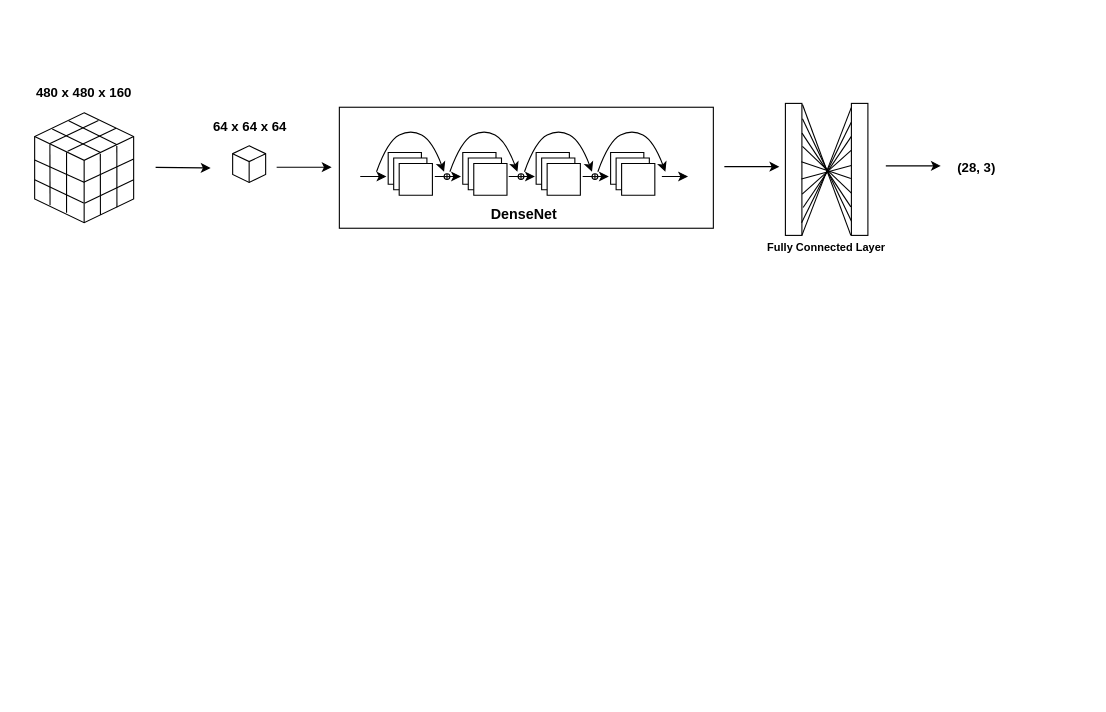
This is DenseNet_Patched.drawio from haughty-yeon/draw.io, a draw.io file, before an edit. Source tidied: cells renumbered, new cells numbered last; positions are measured from the earlier drawing's top-left corner, leaving out a move shared by most shapes. Both pictures are drawn from the tidied source at 110%, with x=0, y=0 at pixel (18, 81).
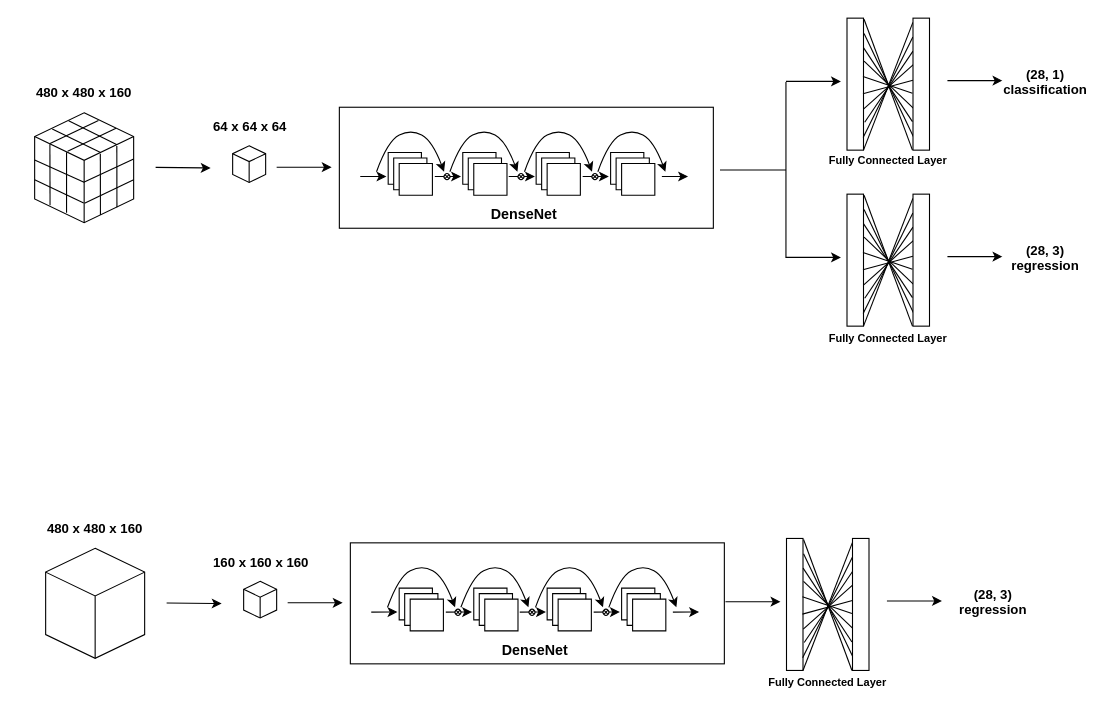
The same diagram, later.

Unchanged cells that the change refers to:
```xml
<mxCell id="4" style="group;rounded=0;" parent="1" vertex="1">
  <mxGeometry x="311" y="43" width="330" height="90" as="geometry" />
</mxCell>
```

What changed in the source:
```diff
@@
-    <mxCell id="10" style="shape=orEllipse;perimeter=ellipsePerimeter;whiteSpace=wrap;html=1;backgroundOutline=1;rounded=0;" parent="4" vertex="1">
+    <mxCell id="10" style="shape=orEllipse;perimeter=ellipsePerimeter;whiteSpace=wrap;html=1;backgroundOutline=1;rounded=0;rotation=45;" parent="4" vertex="1">
       <mxGeometry x="76.2" y="40.4" width="5.3" height="5.3" as="geometry" />
     </mxCell>
@@
-    <mxCell id="16" style="shape=orEllipse;perimeter=ellipsePerimeter;whiteSpace=wrap;html=1;backgroundOutline=1;rounded=0;" parent="4" vertex="1">
+    <mxCell id="16" style="shape=orEllipse;perimeter=ellipsePerimeter;whiteSpace=wrap;html=1;backgroundOutline=1;rounded=0;rotation=45;" parent="4" vertex="1">
       <mxGeometry x="210.7" y="40.4" width="5.3" height="5.3" as="geometry" />
     </mxCell>
@@
-    <mxCell id="19" style="shape=orEllipse;perimeter=ellipsePerimeter;whiteSpace=wrap;html=1;backgroundOutline=1;rounded=0;" parent="4" vertex="1">
+    <mxCell id="19" style="shape=orEllipse;perimeter=ellipsePerimeter;whiteSpace=wrap;html=1;backgroundOutline=1;rounded=0;rotation=45;" parent="4" vertex="1">
       <mxGeometry x="143.5" y="40.4" width="5.3" height="5.3" as="geometry" />
     </mxCell>
@@
     <mxCell id="22" style="endArrow=classic;html=1;rounded=0;" parent="1" edge="1">
       <mxGeometry relative="1" as="geometry">
-        <mxPoint x="642" y="77" as="sourcePoint" />
-        <mxPoint x="692" y="77" as="targetPoint" />
+        <mxPoint x="698" y="159.5" as="sourcePoint" />
+        <mxPoint x="748" y="159.5" as="targetPoint" />
       </mxGeometry>
     </mxCell>
@@
-    <mxCell id="25" value="(28, 3)" style="swimlane;fontStyle=1;horizontal=1;startSize=26;strokeColor=none;opacity=0;" parent="1" vertex="1">
-      <mxGeometry x="844" y="67" width="55" height="20" as="geometry" />
+    <mxCell id="25" value="(28, 3)&#10;regression" style="swimlane;fontStyle=1;horizontal=1;startSize=26;strokeColor=none;opacity=0;" parent="1" vertex="1">
+      <mxGeometry x="900" y="149.5" width="68" height="20" as="geometry" />
     </mxCell>
     <mxCell id="26" style="endArrow=classic;html=1;rounded=0;" parent="1" edge="1">
       <mxGeometry relative="1" as="geometry">
-        <mxPoint x="788.8" y="76.3" as="sourcePoint" />
-        <mxPoint x="838.8" y="76.3" as="targetPoint" />
+        <mxPoint x="844.8" y="158.8" as="sourcePoint" />
+        <mxPoint x="894.8" y="158.8" as="targetPoint" />
       </mxGeometry>
     </mxCell>
@@
     <mxCell id="43" style="group;" parent="1" vertex="1">
-      <mxGeometry x="697.5" y="19.5" width="75" height="120" as="geometry" />
+      <mxGeometry x="753.5" y="102" width="75" height="120" as="geometry" />
     </mxCell>
@@
     <mxCell id="56" value="Fully Connected Layer" style="swimlane;fontStyle=1;horizontal=1;startSize=26;strokeColor=none;opacity=0;fontSize=10;" parent="1" vertex="1">
-      <mxGeometry x="653.1" y="140.5" width="163.8" height="20" as="geometry" />
+      <mxGeometry x="709.1" y="223" width="163.8" height="20" as="geometry" />
     </mxCell>
+    <mxCell id="57" style="endArrow=none;html=1;rounded=0;" parent="1" edge="1">
+      <mxGeometry relative="1" as="geometry">
+        <mxPoint x="638" y="80" as="sourcePoint" />
+        <mxPoint x="698" y="80" as="targetPoint" />
+      </mxGeometry>
+    </mxCell>
+    <mxCell id="58" style="endArrow=none;html=1;rounded=0;" parent="1" edge="1">
+      <mxGeometry relative="1" as="geometry">
+        <mxPoint x="698" y="160" as="sourcePoint" />
+        <mxPoint x="698" y="80" as="targetPoint" />
+      </mxGeometry>
+    </mxCell>
+    <mxCell id="59" style="endArrow=classic;html=1;rounded=0;" parent="1" edge="1">
+      <mxGeometry relative="1" as="geometry">
+        <mxPoint x="698" y="-0.5" as="sourcePoint" />
+        <mxPoint x="748" y="-0.5" as="targetPoint" />
+      </mxGeometry>
+    </mxCell>
+    <mxCell id="60" value="(28, 1)&#10;classification" style="swimlane;fontStyle=1;horizontal=1;startSize=26;strokeColor=none;opacity=0;" parent="1" vertex="1">
+      <mxGeometry x="900" y="-10.5" width="68" height="20" as="geometry" />
+    </mxCell>
+    <mxCell id="61" style="endArrow=classic;html=1;rounded=0;" parent="1" edge="1">
+      <mxGeometry relative="1" as="geometry">
+        <mxPoint x="844.8" y="-1.2" as="sourcePoint" />
+        <mxPoint x="894.8" y="-1.2" as="targetPoint" />
+      </mxGeometry>
+    </mxCell>
+    <mxCell id="62" style="group;" parent="1" vertex="1">
+      <mxGeometry x="753.5" y="-58" width="75" height="120" as="geometry" />
+    </mxCell>
+    <mxCell id="63" style="rounded=0;whiteSpace=wrap;html=1;rotation=90;" parent="62" vertex="1">
+      <mxGeometry x="-52.5" y="52.5" width="120" height="15" as="geometry" />
+    </mxCell>
+    <mxCell id="64" style="endArrow=none;html=1;entryX=0.032;entryY=1.007;entryDx=0;entryDy=0;entryPerimeter=0;exitX=1;exitY=0;exitDx=0;exitDy=0;" parent="62" edge="1" source="63" target="74">
+      <mxGeometry relative="1" as="geometry" />
+    </mxCell>
+    <mxCell id="65" style="endArrow=none;html=1;entryX=0.142;entryY=1.007;entryDx=0;entryDy=0;entryPerimeter=0;exitX=0.904;exitY=0.02;exitDx=0;exitDy=0;exitPerimeter=0;" parent="62" edge="1" source="63" target="74">
+      <mxGeometry relative="1" as="geometry" />
+    </mxCell>
+    <mxCell id="66" style="endArrow=none;html=1;entryX=0.25;entryY=1;entryDx=0;entryDy=0;exitX=0.788;exitY=-0.14;exitDx=0;exitDy=0;exitPerimeter=0;" parent="62" edge="1" target="74">
+      <mxGeometry relative="1" as="geometry">
+        <mxPoint x="16.1" y="94.6" as="sourcePoint" />
+      </mxGeometry>
+    </mxCell>
+    <mxCell id="67" style="endArrow=none;html=1;entryX=0.352;entryY=0.98;entryDx=0;entryDy=0;entryPerimeter=0;exitX=0.687;exitY=-0.015;exitDx=0;exitDy=0;exitPerimeter=0;" parent="62" edge="1" source="63" target="74">
+      <mxGeometry relative="1" as="geometry" />
+    </mxCell>
+    <mxCell id="68" style="endArrow=none;html=1;exitX=0.568;exitY=-0.078;exitDx=0;exitDy=0;exitPerimeter=0;entryX=0.47;entryY=1.005;entryDx=0;entryDy=0;entryPerimeter=0;" parent="62" edge="1" target="74">
+      <mxGeometry relative="1" as="geometry">
+        <mxPoint x="14.5" y="68.8" as="sourcePoint" />
+      </mxGeometry>
+    </mxCell>
+    <mxCell id="69" style="endArrow=none;html=1;entryX=0.032;entryY=1.007;entryDx=0;entryDy=0;entryPerimeter=0;exitX=1;exitY=0;exitDx=0;exitDy=0;" parent="62" edge="1">
+      <mxGeometry relative="1" as="geometry">
+        <mxPoint x="15.5" y="1" as="sourcePoint" />
+        <mxPoint x="59.5" y="120" as="targetPoint" />
+      </mxGeometry>
+    </mxCell>
+    <mxCell id="70" style="endArrow=none;html=1;entryX=0.142;entryY=1.007;entryDx=0;entryDy=0;entryPerimeter=0;exitX=0.904;exitY=0.02;exitDx=0;exitDy=0;exitPerimeter=0;" parent="62" edge="1">
+      <mxGeometry relative="1" as="geometry">
+        <mxPoint x="15.5" y="14" as="sourcePoint" />
+        <mxPoint x="60.5" y="108" as="targetPoint" />
+      </mxGeometry>
+    </mxCell>
+    <mxCell id="71" style="endArrow=none;html=1;entryX=0.25;entryY=1;entryDx=0;entryDy=0;exitX=0.788;exitY=-0.14;exitDx=0;exitDy=0;exitPerimeter=0;" parent="62" edge="1">
+      <mxGeometry relative="1" as="geometry">
+        <mxPoint x="15.1" y="27" as="sourcePoint" />
+        <mxPoint x="59.5" y="94.1" as="targetPoint" />
+      </mxGeometry>
+    </mxCell>
+    <mxCell id="72" style="endArrow=none;html=1;entryX=0.352;entryY=0.98;entryDx=0;entryDy=0;entryPerimeter=0;exitX=0.687;exitY=-0.015;exitDx=0;exitDy=0;exitPerimeter=0;" parent="62" edge="1">
+      <mxGeometry relative="1" as="geometry">
+        <mxPoint x="15.5" y="39" as="sourcePoint" />
+        <mxPoint x="60.5" y="82" as="targetPoint" />
+      </mxGeometry>
+    </mxCell>
+    <mxCell id="73" style="endArrow=none;html=1;exitX=0.568;exitY=-0.078;exitDx=0;exitDy=0;exitPerimeter=0;entryX=0.47;entryY=1.005;entryDx=0;entryDy=0;entryPerimeter=0;" parent="62" edge="1">
+      <mxGeometry relative="1" as="geometry">
+        <mxPoint x="14.5" y="53" as="sourcePoint" />
+        <mxPoint x="59.5" y="68.3" as="targetPoint" />
+      </mxGeometry>
+    </mxCell>
+    <mxCell id="74" style="rounded=0;whiteSpace=wrap;html=1;rotation=90;" parent="62" vertex="1">
+      <mxGeometry x="7.5" y="52.5" width="120" height="15" as="geometry" />
+    </mxCell>
+    <mxCell id="75" value="Fully Connected Layer" style="swimlane;fontStyle=1;horizontal=1;startSize=26;strokeColor=none;opacity=0;fontSize=10;" parent="1" vertex="1">
+      <mxGeometry x="709.1" y="61" width="163.8" height="20" as="geometry" />
+    </mxCell>
+    <mxCell id="76" style="endArrow=none;html=1;rounded=0;" parent="1" edge="1">
+      <mxGeometry relative="1" as="geometry">
+        <mxPoint x="698" y="80" as="sourcePoint" />
+        <mxPoint x="698" as="targetPoint" />
+      </mxGeometry>
+    </mxCell>
+    <mxCell id="77" style="html=1;whiteSpace=wrap;shape=isoCube2;backgroundOutline=1;isoAngle=15;rounded=0;" parent="1" vertex="1">
+      <mxGeometry x="205" y="454" width="30" height="33.3" as="geometry" />
+    </mxCell>
+    <mxCell id="78" style="endArrow=classic;html=1;rounded=0;" parent="1" edge="1">
+      <mxGeometry relative="1" as="geometry">
+        <mxPoint x="245" y="473.5" as="sourcePoint" />
+        <mxPoint x="295" y="473.5" as="targetPoint" />
+      </mxGeometry>
+    </mxCell>
+    <mxCell id="79" style="group;rounded=0;" parent="1" vertex="1">
+      <mxGeometry x="321" y="439" width="330" height="90" as="geometry" />
+    </mxCell>
+    <mxCell id="80" style="rounded=0;whiteSpace=wrap;html=1;" parent="79" vertex="1">
+      <mxGeometry x="-19" y="-20" width="340" height="110" as="geometry" />
+    </mxCell>
+    <mxCell id="81" style="verticalLabelPosition=bottom;verticalAlign=top;html=1;shape=mxgraph.basic.layered_rect;dx=10;whiteSpace=wrap;flipV=1;flipH=1;rounded=0;" parent="79" vertex="1">
+      <mxGeometry x="25.4" y="21.2" width="40.2" height="38.8" as="geometry" />
+    </mxCell>
+    <mxCell id="82" style="verticalLabelPosition=bottom;verticalAlign=top;html=1;shape=mxgraph.basic.layered_rect;dx=10;whiteSpace=wrap;flipV=1;flipH=1;rounded=0;" parent="79" vertex="1">
+      <mxGeometry x="93.2" y="21.2" width="40.2" height="38.8" as="geometry" />
+    </mxCell>
+    <mxCell id="83" style="endArrow=classic;html=1;rounded=0;" parent="79" edge="1">
+      <mxGeometry relative="1" as="geometry">
+        <mxPoint x="67.8" y="43" as="sourcePoint" />
+        <mxPoint x="91.6" y="42.9" as="targetPoint" />
+      </mxGeometry>
+    </mxCell>
+    <mxCell id="84" style="curved=1;endArrow=classic;html=1;rounded=0;" parent="79" edge="1">
+      <mxGeometry relative="1" as="geometry">
+        <mxPoint x="81.5" y="38.6" as="sourcePoint" />
+        <mxPoint x="142.9" y="38.6" as="targetPoint" />
+        <Array as="points">
+          <mxPoint x="91.6" y="10.6" />
+          <mxPoint x="112.8" />
+          <mxPoint x="132.3" y="10.6" />
+        </Array>
+      </mxGeometry>
+    </mxCell>
+    <mxCell id="85" style="shape=orEllipse;perimeter=ellipsePerimeter;whiteSpace=wrap;html=1;backgroundOutline=1;rounded=0;rotation=45;" parent="79" vertex="1">
+      <mxGeometry x="76.2" y="40.4" width="5.3" height="5.3" as="geometry" />
+    </mxCell>
+    <mxCell id="86" style="curved=1;endArrow=classic;html=1;rounded=0;" parent="79" edge="1">
+      <mxGeometry relative="1" as="geometry">
+        <mxPoint x="14.8" y="38.6" as="sourcePoint" />
+        <mxPoint x="76.2" y="38.6" as="targetPoint" />
+        <Array as="points">
+          <mxPoint x="24.9" y="10.6" />
+          <mxPoint x="46.1" />
+          <mxPoint x="65.6" y="10.6" />
+        </Array>
+      </mxGeometry>
+    </mxCell>
+    <mxCell id="87" style="verticalLabelPosition=bottom;verticalAlign=top;html=1;shape=mxgraph.basic.layered_rect;dx=10;whiteSpace=wrap;flipV=1;flipH=1;rounded=0;" parent="79" vertex="1">
+      <mxGeometry x="159.9" y="21.2" width="40.2" height="38.8" as="geometry" />
+    </mxCell>
+    <mxCell id="88" style="verticalLabelPosition=bottom;verticalAlign=top;html=1;shape=mxgraph.basic.layered_rect;dx=10;whiteSpace=wrap;flipV=1;flipH=1;rounded=0;" parent="79" vertex="1">
+      <mxGeometry x="227.6" y="21.2" width="40.2" height="38.8" as="geometry" />
+    </mxCell>
+    <mxCell id="89" style="endArrow=classic;html=1;rounded=0;" parent="79" edge="1">
+      <mxGeometry relative="1" as="geometry">
+        <mxPoint x="202.2" y="43" as="sourcePoint" />
+        <mxPoint x="226" y="42.9" as="targetPoint" />
+      </mxGeometry>
+    </mxCell>
+    <mxCell id="90" style="curved=1;endArrow=classic;html=1;rounded=0;" parent="79" edge="1">
+      <mxGeometry relative="1" as="geometry">
+        <mxPoint x="216" y="38.6" as="sourcePoint" />
+        <mxPoint x="277.4" y="38.6" as="targetPoint" />
+        <Array as="points">
+          <mxPoint x="226" y="10.6" />
+          <mxPoint x="247.2" />
+          <mxPoint x="266.8" y="10.6" />
+        </Array>
+      </mxGeometry>
+    </mxCell>
+    <mxCell id="91" style="shape=orEllipse;perimeter=ellipsePerimeter;whiteSpace=wrap;html=1;backgroundOutline=1;rounded=0;rotation=45;" parent="79" vertex="1">
+      <mxGeometry x="210.7" y="40.4" width="5.3" height="5.3" as="geometry" />
+    </mxCell>
+    <mxCell id="92" style="curved=1;endArrow=classic;html=1;rounded=0;" parent="79" edge="1">
+      <mxGeometry relative="1" as="geometry">
+        <mxPoint x="149.3" y="38.6" as="sourcePoint" />
+        <mxPoint x="210.7" y="38.6" as="targetPoint" />
+        <Array as="points">
+          <mxPoint x="159.3" y="10.6" />
+          <mxPoint x="180.5" />
+          <mxPoint x="200.1" y="10.6" />
+        </Array>
+      </mxGeometry>
+    </mxCell>
+    <mxCell id="93" style="endArrow=classic;html=1;rounded=0;" parent="79" edge="1">
+      <mxGeometry relative="1" as="geometry">
+        <mxPoint x="135" y="43" as="sourcePoint" />
+        <mxPoint x="158.8" y="42.9" as="targetPoint" />
+      </mxGeometry>
+    </mxCell>
+    <mxCell id="94" style="shape=orEllipse;perimeter=ellipsePerimeter;whiteSpace=wrap;html=1;backgroundOutline=1;rounded=0;rotation=45;" parent="79" vertex="1">
+      <mxGeometry x="143.5" y="40.4" width="5.3" height="5.3" as="geometry" />
+    </mxCell>
+    <mxCell id="95" style="endArrow=classic;html=1;rounded=0;" parent="79" edge="1">
+      <mxGeometry relative="1" as="geometry">
+        <mxPoint y="43" as="sourcePoint" />
+        <mxPoint x="23.8" y="42.9" as="targetPoint" />
+      </mxGeometry>
+    </mxCell>
+    <mxCell id="96" style="endArrow=classic;html=1;rounded=0;" parent="79" edge="1">
+      <mxGeometry relative="1" as="geometry">
+        <mxPoint x="274.2" y="43" as="sourcePoint" />
+        <mxPoint x="298" y="42.9" as="targetPoint" />
+      </mxGeometry>
+    </mxCell>
+    <mxCell id="97" style="endArrow=classic;html=1;rounded=0;" parent="1" edge="1">
+      <mxGeometry relative="1" as="geometry">
+        <mxPoint x="643" y="472.5" as="sourcePoint" />
+        <mxPoint x="693" y="472.5" as="targetPoint" />
+      </mxGeometry>
+    </mxCell>
+    <mxCell id="98" value="160 x 160 x 160" style="swimlane;fontStyle=1;horizontal=1;startSize=26;strokeColor=none;opacity=0;" parent="1" vertex="1">
+      <mxGeometry x="173.5" y="426" width="95" height="20" as="geometry" />
+    </mxCell>
+    <mxCell id="99" value="480 x 480 x 160" style="swimlane;fontStyle=1;horizontal=1;startSize=26;strokeColor=none;opacity=0;" parent="1" vertex="1">
+      <mxGeometry x="10" y="395.5" width="120" height="20" as="geometry" />
+    </mxCell>
+    <mxCell id="100" value="(28, 3)&#10;regression" style="swimlane;fontStyle=1;horizontal=1;startSize=26;strokeColor=none;opacity=0;" parent="1" vertex="1">
+      <mxGeometry x="845" y="462.5" width="83" height="20" as="geometry" />
+    </mxCell>
+    <mxCell id="101" style="endArrow=classic;html=1;rounded=0;" parent="1" edge="1">
+      <mxGeometry relative="1" as="geometry">
+        <mxPoint x="789.8" y="471.8" as="sourcePoint" />
+        <mxPoint x="839.8" y="471.8" as="targetPoint" />
+      </mxGeometry>
+    </mxCell>
+    <mxCell id="102" style="endArrow=classic;html=1;rounded=0;" parent="1" edge="1">
+      <mxGeometry relative="1" as="geometry">
+        <mxPoint x="135" y="473.7" as="sourcePoint" />
+        <mxPoint x="185" y="474.2" as="targetPoint" />
+      </mxGeometry>
+    </mxCell>
+    <mxCell id="103" style="group;" parent="1" vertex="1">
+      <mxGeometry x="25" y="424" width="90" height="100" as="geometry" />
+    </mxCell>
+    <mxCell id="104" style="html=1;whiteSpace=wrap;shape=isoCube2;backgroundOutline=1;isoAngle=15;rounded=0;" parent="103" vertex="1">
+      <mxGeometry width="90" height="100" as="geometry" />
+    </mxCell>
+    <mxCell id="105" value="DenseNet" style="swimlane;fontStyle=1;horizontal=1;startSize=26;strokeColor=none;opacity=0;fontSize=13;" parent="1" vertex="1">
+      <mxGeometry x="425.1" y="506" width="90" height="20" as="geometry" />
+    </mxCell>
+    <mxCell id="106" style="group;" parent="1" vertex="1">
+      <mxGeometry x="698.5" y="415" width="75" height="120" as="geometry" />
+    </mxCell>
+    <mxCell id="107" style="rounded=0;whiteSpace=wrap;html=1;rotation=90;" parent="106" vertex="1">
+      <mxGeometry x="-52.5" y="52.5" width="120" height="15" as="geometry" />
+    </mxCell>
+    <mxCell id="108" style="endArrow=none;html=1;entryX=0.032;entryY=1.007;entryDx=0;entryDy=0;entryPerimeter=0;exitX=1;exitY=0;exitDx=0;exitDy=0;" parent="106" edge="1" source="107" target="118">
+      <mxGeometry relative="1" as="geometry" />
+    </mxCell>
+    <mxCell id="109" style="endArrow=none;html=1;entryX=0.142;entryY=1.007;entryDx=0;entryDy=0;entryPerimeter=0;exitX=0.904;exitY=0.02;exitDx=0;exitDy=0;exitPerimeter=0;" parent="106" edge="1" source="107" target="118">
+      <mxGeometry relative="1" as="geometry" />
+    </mxCell>
+    <mxCell id="110" style="endArrow=none;html=1;entryX=0.25;entryY=1;entryDx=0;entryDy=0;exitX=0.788;exitY=-0.14;exitDx=0;exitDy=0;exitPerimeter=0;" parent="106" edge="1" target="118">
+      <mxGeometry relative="1" as="geometry">
+        <mxPoint x="16.1" y="94.6" as="sourcePoint" />
+      </mxGeometry>
+    </mxCell>
+    <mxCell id="111" style="endArrow=none;html=1;entryX=0.352;entryY=0.98;entryDx=0;entryDy=0;entryPerimeter=0;exitX=0.687;exitY=-0.015;exitDx=0;exitDy=0;exitPerimeter=0;" parent="106" edge="1" source="107" target="118">
+      <mxGeometry relative="1" as="geometry" />
+    </mxCell>
+    <mxCell id="112" style="endArrow=none;html=1;exitX=0.568;exitY=-0.078;exitDx=0;exitDy=0;exitPerimeter=0;entryX=0.47;entryY=1.005;entryDx=0;entryDy=0;entryPerimeter=0;" parent="106" edge="1" target="118">
+      <mxGeometry relative="1" as="geometry">
+        <mxPoint x="14.5" y="68.8" as="sourcePoint" />
+      </mxGeometry>
+    </mxCell>
+    <mxCell id="113" style="endArrow=none;html=1;entryX=0.032;entryY=1.007;entryDx=0;entryDy=0;entryPerimeter=0;exitX=1;exitY=0;exitDx=0;exitDy=0;" parent="106" edge="1">
+      <mxGeometry relative="1" as="geometry">
+        <mxPoint x="15.5" y="1" as="sourcePoint" />
+        <mxPoint x="59.5" y="120" as="targetPoint" />
+      </mxGeometry>
+    </mxCell>
+    <mxCell id="114" style="endArrow=none;html=1;entryX=0.142;entryY=1.007;entryDx=0;entryDy=0;entryPerimeter=0;exitX=0.904;exitY=0.02;exitDx=0;exitDy=0;exitPerimeter=0;" parent="106" edge="1">
+      <mxGeometry relative="1" as="geometry">
+        <mxPoint x="15.5" y="14" as="sourcePoint" />
+        <mxPoint x="60.5" y="108" as="targetPoint" />
+      </mxGeometry>
+    </mxCell>
+    <mxCell id="115" style="endArrow=none;html=1;entryX=0.25;entryY=1;entryDx=0;entryDy=0;exitX=0.788;exitY=-0.14;exitDx=0;exitDy=0;exitPerimeter=0;" parent="106" edge="1">
+      <mxGeometry relative="1" as="geometry">
+        <mxPoint x="15.1" y="27" as="sourcePoint" />
+        <mxPoint x="59.5" y="94.1" as="targetPoint" />
+      </mxGeometry>
+    </mxCell>
+    <mxCell id="116" style="endArrow=none;html=1;entryX=0.352;entryY=0.98;entryDx=0;entryDy=0;entryPerimeter=0;exitX=0.687;exitY=-0.015;exitDx=0;exitDy=0;exitPerimeter=0;" parent="106" edge="1">
+      <mxGeometry relative="1" as="geometry">
+        <mxPoint x="15.5" y="39" as="sourcePoint" />
+        <mxPoint x="60.5" y="82" as="targetPoint" />
+      </mxGeometry>
+    </mxCell>
+    <mxCell id="117" style="endArrow=none;html=1;exitX=0.568;exitY=-0.078;exitDx=0;exitDy=0;exitPerimeter=0;entryX=0.47;entryY=1.005;entryDx=0;entryDy=0;entryPerimeter=0;" parent="106" edge="1">
+      <mxGeometry relative="1" as="geometry">
+        <mxPoint x="14.5" y="53" as="sourcePoint" />
+        <mxPoint x="59.5" y="68.3" as="targetPoint" />
+      </mxGeometry>
+    </mxCell>
+    <mxCell id="118" style="rounded=0;whiteSpace=wrap;html=1;rotation=90;" parent="106" vertex="1">
+      <mxGeometry x="7.5" y="52.5" width="120" height="15" as="geometry" />
+    </mxCell>
+    <mxCell id="119" value="Fully Connected Layer" style="swimlane;fontStyle=1;horizontal=1;startSize=26;strokeColor=none;opacity=0;fontSize=10;" parent="1" vertex="1">
+      <mxGeometry x="654.1" y="536" width="163.8" height="20" as="geometry" />
+    </mxCell>
```
